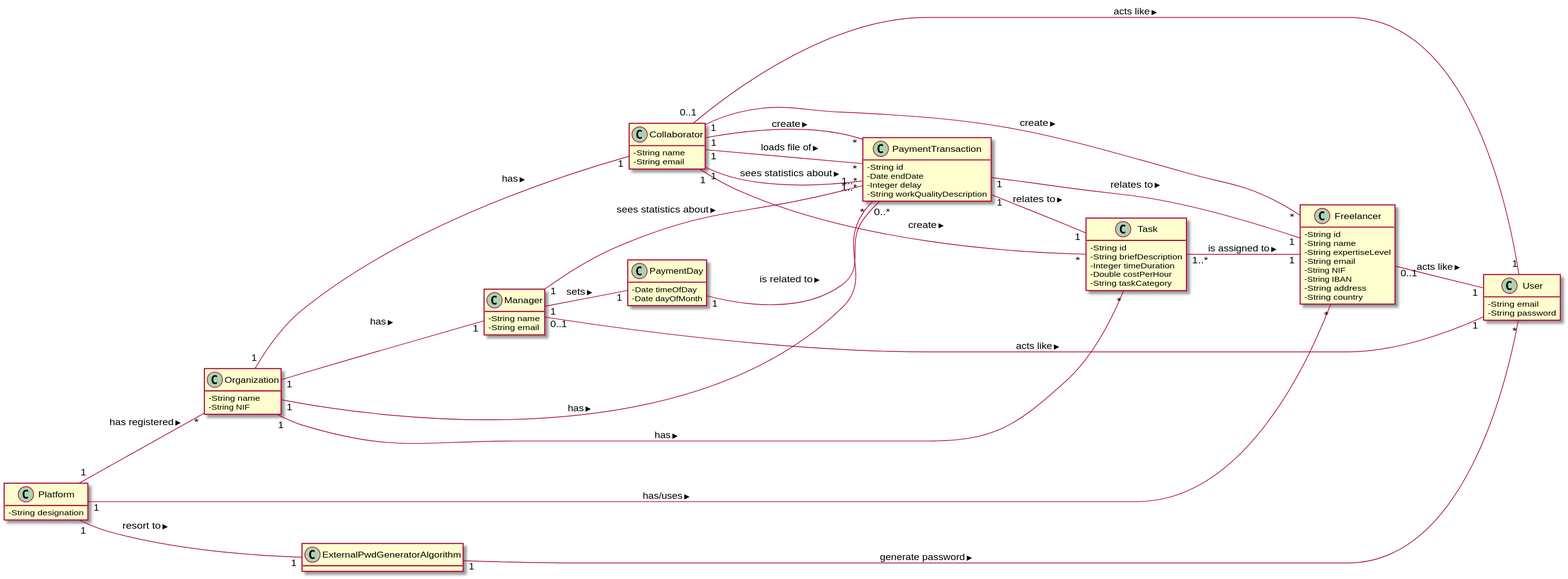
Earlier version of the PlantUML export docs/MD.svg (pedrolemos4/LAPR2).
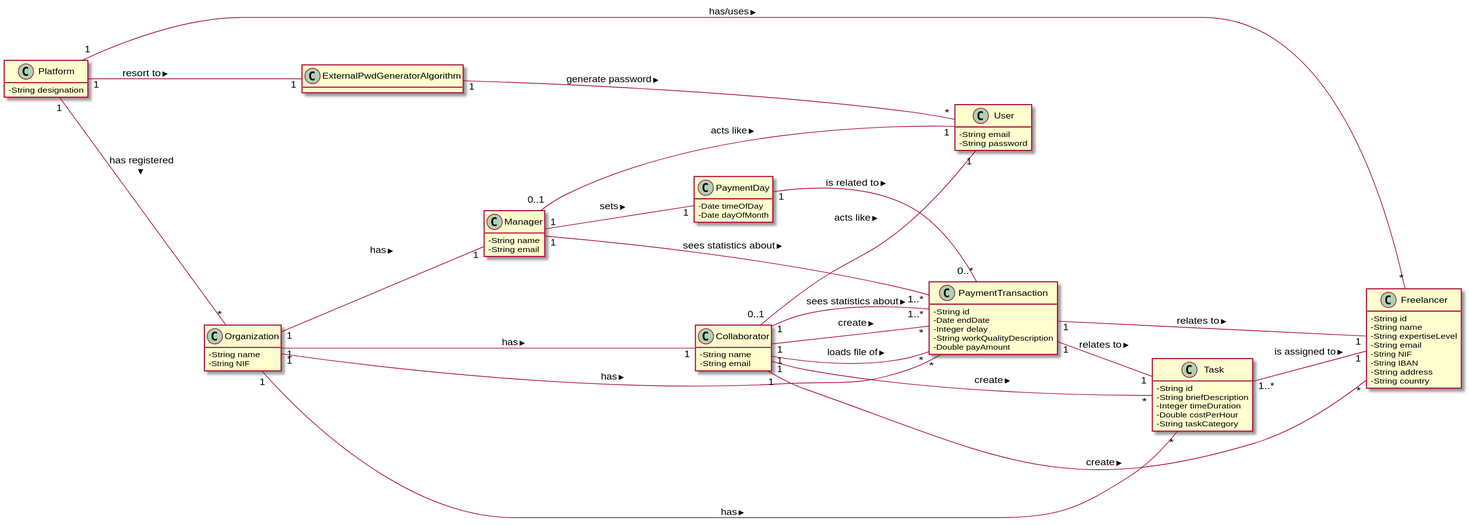
Later version of the same file.

Diff of the diagram source:
```diff
@@ -51,6 +51,7 @@
   -Date endDate
   -Integer delay
   -String workQualityDescription
+  -Double payAmount
 }
 
 class PaymentDay {
@@ -81,8 +82,6 @@
 Manager "1" -- "1" PaymentDay : sets >
 Manager "1" -- "1..*" PaymentTransaction: sees statistics about >
 
-Freelancer "0..1" -- "1" User: acts like >
-
 Task "1..*" -- "1" Freelancer: is assigned to >
 
 PaymentTransaction "1" -- "1" Freelancer: relates to >
```
